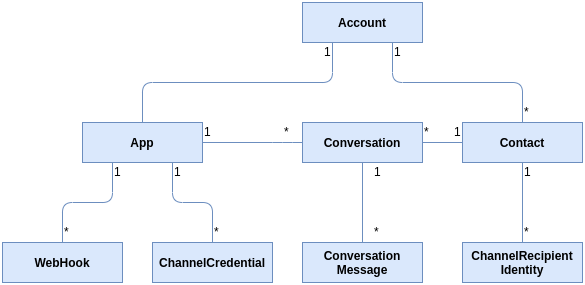
Above: docs/conversation/images/convapi-er-diagram.png in vvscode/docs (draw.io), before the change. Source tidied: cells renumbered, new cells last; positions are measured from the earlier drawing's top-left corner, leaving out a move shared by most shapes. Source of this version:
```xml
<mxGraphModel>
  <root>
    <mxCell id="0" />
    <mxCell id="1" parent="0" />
    <mxCell id="2" value="App" style="rounded=0;whiteSpace=wrap;html=1;fontStyle=1;fillColor=#dae8fc;strokeColor=#6c8ebf;" parent="1" vertex="1">
      <mxGeometry x="80" y="120" width="120" height="40" as="geometry" />
    </mxCell>
    <mxCell id="3" value="Contact" style="rounded=0;whiteSpace=wrap;html=1;fontStyle=1;fillColor=#dae8fc;strokeColor=#6c8ebf;" parent="1" vertex="1">
      <mxGeometry x="460" y="120" width="120" height="40" as="geometry" />
    </mxCell>
    <mxCell id="4" value="ChannelCredential" style="rounded=0;whiteSpace=wrap;html=1;fontStyle=1;fillColor=#dae8fc;strokeColor=#6c8ebf;" parent="1" vertex="1">
      <mxGeometry x="150" y="240" width="120" height="40" as="geometry" />
    </mxCell>
    <mxCell id="5" style="endArrow=none;html=1;entryX=0.25;entryY=1;entryDx=0;entryDy=0;exitX=0.5;exitY=0;exitDx=0;exitDy=0;fillColor=#dae8fc;strokeColor=#6c8ebf;" parent="1" edge="1" source="2">
      <mxGeometry relative="1" as="geometry">
        <mxPoint x="330" y="40" as="targetPoint" />
        <Array as="points">
          <mxPoint x="140" y="80" />
          <mxPoint x="330" y="80" />
        </Array>
      </mxGeometry>
    </mxCell>
    <mxCell id="6" value="1" style="text;html=1;align=left;verticalAlign=top;spacingTop=-4;" parent="1" vertex="1">
      <mxGeometry x="320" y="40" width="20" height="20" as="geometry" />
    </mxCell>
    <mxCell id="7" style="endArrow=none;html=1;entryX=0.5;entryY=0;entryDx=0;entryDy=0;exitX=0.75;exitY=1;exitDx=0;exitDy=0;fillColor=#dae8fc;strokeColor=#6c8ebf;" parent="1" edge="1" target="3">
      <mxGeometry relative="1" as="geometry">
        <mxPoint x="390" y="40" as="sourcePoint" />
        <Array as="points">
          <mxPoint x="390" y="80" />
          <mxPoint x="520" y="80" />
        </Array>
      </mxGeometry>
    </mxCell>
    <mxCell id="8" value="1" style="text;html=1;align=left;verticalAlign=top;spacingTop=-4;" parent="1" vertex="1">
      <mxGeometry x="390" y="40" width="20" height="20" as="geometry" />
    </mxCell>
    <mxCell id="9" value="*" style="text;html=1;align=left;verticalAlign=top;spacingTop=-4;" parent="1" vertex="1">
      <mxGeometry x="520" y="100" width="20" height="20" as="geometry" />
    </mxCell>
    <mxCell id="10" value="*" style="text;html=1;align=left;verticalAlign=top;spacingTop=-4;" parent="1" vertex="1">
      <mxGeometry x="210" y="220" width="20" height="20" as="geometry" />
    </mxCell>
    <mxCell id="11" value="1" style="text;html=1;align=left;verticalAlign=top;spacingTop=-4;" parent="1" vertex="1">
      <mxGeometry x="110" y="160" width="20" height="20" as="geometry" />
    </mxCell>
    <mxCell id="12" value="ChannelRecipient&lt;br&gt;Identity" style="rounded=0;whiteSpace=wrap;html=1;fontStyle=1;fillColor=#dae8fc;strokeColor=#6c8ebf;" parent="1" vertex="1">
      <mxGeometry x="460" y="240" width="120" height="40" as="geometry" />
    </mxCell>
    <mxCell id="13" style="endArrow=none;html=1;entryX=0.5;entryY=1;entryDx=0;entryDy=0;exitX=0.5;exitY=0;exitDx=0;exitDy=0;fillColor=#dae8fc;strokeColor=#6c8ebf;" parent="1" edge="1" source="12" target="3">
      <mxGeometry relative="1" as="geometry" />
    </mxCell>
    <mxCell id="14" value="1" style="text;html=1;align=left;verticalAlign=top;spacingTop=-4;" parent="1" vertex="1">
      <mxGeometry x="520" y="160" width="20" height="20" as="geometry" />
    </mxCell>
    <mxCell id="15" value="*" style="text;html=1;align=left;verticalAlign=top;spacingTop=-4;" parent="1" vertex="1">
      <mxGeometry x="520" y="220" width="20" height="20" as="geometry" />
    </mxCell>
    <mxCell id="16" style="edgeStyle=orthogonalEdgeStyle;rounded=0;jettySize=auto;html=1;endArrow=none;endFill=0;entryX=0;entryY=0.5;entryDx=0;entryDy=0;fillColor=#dae8fc;strokeColor=#6c8ebf;" parent="1" edge="1" source="17" target="3">
      <mxGeometry relative="1" as="geometry" />
    </mxCell>
    <mxCell id="17" value="Conversation" style="rounded=0;whiteSpace=wrap;html=1;fontStyle=1;fillColor=#dae8fc;strokeColor=#6c8ebf;" parent="1" vertex="1">
      <mxGeometry x="300" y="120" width="120" height="40" as="geometry" />
    </mxCell>
    <mxCell id="18" value="1" style="text;html=1;align=left;verticalAlign=top;spacingTop=-4;" parent="1" vertex="1">
      <mxGeometry x="200" y="120" width="20" height="20" as="geometry" />
    </mxCell>
    <mxCell id="19" value="1" style="text;html=1;align=left;verticalAlign=top;spacingTop=-4;" parent="1" vertex="1">
      <mxGeometry x="370" y="160" width="20" height="20" as="geometry" />
    </mxCell>
    <mxCell id="20" value="1" style="text;html=1;align=left;verticalAlign=top;spacingTop=-4;" parent="1" vertex="1">
      <mxGeometry x="450" y="120" width="20" height="20" as="geometry" />
    </mxCell>
    <mxCell id="21" value="*" style="text;html=1;align=left;verticalAlign=top;spacingTop=-4;" parent="1" vertex="1">
      <mxGeometry x="420" y="120" width="20" height="20" as="geometry" />
    </mxCell>
    <mxCell id="22" value="Conversation&lt;br&gt;Message" style="rounded=0;whiteSpace=wrap;html=1;fontStyle=1;fillColor=#dae8fc;strokeColor=#6c8ebf;" parent="1" vertex="1">
      <mxGeometry x="300" y="240" width="120" height="40" as="geometry" />
    </mxCell>
    <mxCell id="23" style="endArrow=none;html=1;exitX=0.5;exitY=0;exitDx=0;exitDy=0;fillColor=#dae8fc;strokeColor=#6c8ebf;" parent="1" edge="1" source="22">
      <mxGeometry relative="1" as="geometry">
        <mxPoint x="360" y="160" as="targetPoint" />
      </mxGeometry>
    </mxCell>
    <mxCell id="24" value="*" style="text;html=1;align=left;verticalAlign=top;spacingTop=-4;" parent="1" vertex="1">
      <mxGeometry x="280" y="120" width="20" height="20" as="geometry" />
    </mxCell>
    <mxCell id="25" style="endArrow=none;html=1;entryX=0;entryY=0.5;entryDx=0;entryDy=0;exitX=1;exitY=0.5;exitDx=0;exitDy=0;fillColor=#dae8fc;strokeColor=#6c8ebf;" parent="1" edge="1" source="2" target="17">
      <mxGeometry relative="1" as="geometry">
        <Array as="points">
          <mxPoint x="280" y="140" />
        </Array>
      </mxGeometry>
    </mxCell>
    <mxCell id="26" value="*" style="text;html=1;align=left;verticalAlign=top;spacingTop=-4;direction=south;" parent="1" vertex="1">
      <mxGeometry x="370" y="220" width="20" height="20" as="geometry" />
    </mxCell>
    <mxCell id="27" value="Account" style="rounded=0;whiteSpace=wrap;html=1;fontStyle=1;fillColor=#dae8fc;strokeColor=#6c8ebf;" parent="1" vertex="1">
      <mxGeometry x="300" width="120" height="40" as="geometry" />
    </mxCell>
    <mxCell id="28" value="WebHook" style="rounded=0;whiteSpace=wrap;html=1;fontStyle=1;fillColor=#dae8fc;strokeColor=#6c8ebf;" parent="1" vertex="1">
      <mxGeometry y="240" width="120" height="40" as="geometry" />
    </mxCell>
    <mxCell id="29" style="endArrow=none;html=1;entryX=0.25;entryY=1;entryDx=0;entryDy=0;exitX=0.5;exitY=0;exitDx=0;exitDy=0;fillColor=#dae8fc;strokeColor=#6c8ebf;" parent="1" edge="1" source="28" target="2">
      <mxGeometry relative="1" as="geometry">
        <Array as="points">
          <mxPoint x="60" y="200" />
          <mxPoint x="110" y="200" />
        </Array>
      </mxGeometry>
    </mxCell>
    <mxCell id="30" value="*" style="text;html=1;align=left;verticalAlign=top;spacingTop=-4;" parent="1" vertex="1">
      <mxGeometry x="60" y="220" width="20" height="20" as="geometry" />
    </mxCell>
    <mxCell id="31" style="endArrow=none;html=1;entryX=0.75;entryY=1;entryDx=0;entryDy=0;exitX=0.5;exitY=0;exitDx=0;exitDy=0;fillColor=#dae8fc;strokeColor=#6c8ebf;" parent="1" edge="1" source="4" target="2">
      <mxGeometry relative="1" as="geometry">
        <Array as="points">
          <mxPoint x="210" y="200" />
          <mxPoint x="170" y="200" />
        </Array>
      </mxGeometry>
    </mxCell>
    <mxCell id="32" value="1" style="text;html=1;align=left;verticalAlign=top;spacingTop=-4;" parent="1" vertex="1">
      <mxGeometry x="170" y="160" width="20" height="20" as="geometry" />
    </mxCell>
  </root>
</mxGraphModel>
```
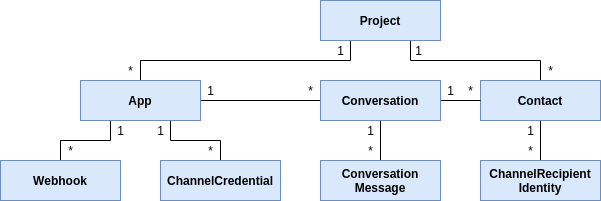
The same diagram one commit later.

Commit message:
update the convapi er diag

What changed in the source:
```diff
@@ -2,126 +2,101 @@
   <root>
     <mxCell id="0" />
     <mxCell id="1" parent="0" />
+    <mxCell id="33" style="edgeStyle=orthogonalEdgeStyle;rounded=0;jettySize=auto;html=1;exitX=0.25;exitY=1;exitDx=0;exitDy=0;entryX=0.5;entryY=0;entryDx=0;entryDy=0;endArrow=none;endFill=0;" parent="1" edge="1" source="35" target="2">
+      <mxGeometry relative="1" as="geometry" />
+    </mxCell>
+    <mxCell id="34" style="edgeStyle=orthogonalEdgeStyle;rounded=0;jettySize=auto;html=1;exitX=0.75;exitY=1;exitDx=0;exitDy=0;entryX=0.5;entryY=0;entryDx=0;entryDy=0;endArrow=none;endFill=0;" parent="1" edge="1" source="35" target="3">
+      <mxGeometry relative="1" as="geometry" />
+    </mxCell>
+    <mxCell id="35" value="Project" style="rounded=0;whiteSpace=wrap;html=1;fillColor=#dae8fc;strokeColor=#6c8ebf;fontStyle=1;" parent="1" vertex="1">
+      <mxGeometry x="460" y="380" width="120" height="40" as="geometry" />
+    </mxCell>
+    <mxCell id="25" style="edgeStyle=orthogonalEdgeStyle;rounded=0;jettySize=auto;html=1;exitX=1;exitY=0.5;exitDx=0;exitDy=0;entryX=0;entryY=0.5;entryDx=0;entryDy=0;endArrow=none;endFill=0;" parent="1" edge="1" source="2" target="17">
+      <mxGeometry relative="1" as="geometry" />
+    </mxCell>
+    <mxCell id="36" style="edgeStyle=orthogonalEdgeStyle;rounded=0;jettySize=auto;html=1;exitX=0.25;exitY=1;exitDx=0;exitDy=0;entryX=0.5;entryY=0;entryDx=0;entryDy=0;endArrow=none;endFill=0;" parent="1" edge="1" source="2" target="40">
+      <mxGeometry relative="1" as="geometry" />
+    </mxCell>
+    <mxCell id="37" style="edgeStyle=orthogonalEdgeStyle;rounded=0;jettySize=auto;html=1;exitX=0.75;exitY=1;exitDx=0;exitDy=0;entryX=0.5;entryY=0;entryDx=0;entryDy=0;endArrow=none;endFill=0;" parent="1" edge="1" source="2" target="4">
+      <mxGeometry relative="1" as="geometry" />
+    </mxCell>
-    <mxCell id="2" value="App" style="rounded=0;whiteSpace=wrap;html=1;fontStyle=1;fillColor=#dae8fc;strokeColor=#6c8ebf;" parent="1" vertex="1">
-      <mxGeometry x="80" y="120" width="120" height="40" as="geometry" />
+    <mxCell id="2" value="App" style="rounded=0;whiteSpace=wrap;html=1;fillColor=#dae8fc;strokeColor=#6c8ebf;fontStyle=1;" parent="1" vertex="1">
+      <mxGeometry x="220" y="460" width="120" height="40" as="geometry" />
     </mxCell>
+    <mxCell id="38" style="edgeStyle=orthogonalEdgeStyle;rounded=0;jettySize=auto;html=1;exitX=0.5;exitY=1;exitDx=0;exitDy=0;entryX=0.5;entryY=0;entryDx=0;entryDy=0;endArrow=none;endFill=0;" parent="1" edge="1" source="3" target="12">
+      <mxGeometry relative="1" as="geometry" />
+    </mxCell>
-    <mxCell id="3" value="Contact" style="rounded=0;whiteSpace=wrap;html=1;fontStyle=1;fillColor=#dae8fc;strokeColor=#6c8ebf;" parent="1" vertex="1">
-      <mxGeometry x="460" y="120" width="120" height="40" as="geometry" />
+    <mxCell id="3" value="Contact" style="rounded=0;whiteSpace=wrap;html=1;fillColor=#dae8fc;strokeColor=#6c8ebf;fontStyle=1;" parent="1" vertex="1">
+      <mxGeometry x="620" y="460" width="120" height="40" as="geometry" />
     </mxCell>
+    <mxCell id="16" style="edgeStyle=orthogonalEdgeStyle;rounded=0;jettySize=auto;html=1;exitX=1;exitY=0.5;exitDx=0;exitDy=0;entryX=0;entryY=0.5;entryDx=0;entryDy=0;endArrow=none;endFill=0;" parent="1" edge="1" source="17" target="3">
+      <mxGeometry relative="1" as="geometry" />
+    </mxCell>
+    <mxCell id="39" style="edgeStyle=orthogonalEdgeStyle;rounded=0;jettySize=auto;html=1;exitX=0.5;exitY=1;exitDx=0;exitDy=0;entryX=0.5;entryY=0;entryDx=0;entryDy=0;endArrow=none;endFill=0;" parent="1" edge="1" source="17" target="22">
+      <mxGeometry relative="1" as="geometry" />
+    </mxCell>
+    <mxCell id="17" value="Conversation" style="rounded=0;whiteSpace=wrap;html=1;fillColor=#dae8fc;strokeColor=#6c8ebf;fontStyle=1;" parent="1" vertex="1">
+      <mxGeometry x="460" y="460" width="120" height="40" as="geometry" />
+    </mxCell>
+    <mxCell id="40" value="Webhook" style="rounded=0;whiteSpace=wrap;html=1;fillColor=#dae8fc;strokeColor=#6c8ebf;fontStyle=1;" parent="1" vertex="1">
+      <mxGeometry x="140" y="540" width="120" height="40" as="geometry" />
+    </mxCell>
-    <mxCell id="4" value="ChannelCredential" style="rounded=0;whiteSpace=wrap;html=1;fontStyle=1;fillColor=#dae8fc;strokeColor=#6c8ebf;" parent="1" vertex="1">
-      <mxGeometry x="150" y="240" width="120" height="40" as="geometry" />
+    <mxCell id="4" value="ChannelCredential" style="rounded=0;whiteSpace=wrap;html=1;fillColor=#dae8fc;strokeColor=#6c8ebf;fontStyle=1;" parent="1" vertex="1">
+      <mxGeometry x="300" y="540" width="120" height="40" as="geometry" />
     </mxCell>
-    <mxCell id="5" style="endArrow=none;html=1;entryX=0.25;entryY=1;entryDx=0;entryDy=0;exitX=0.5;exitY=0;exitDx=0;exitDy=0;fillColor=#dae8fc;strokeColor=#6c8ebf;" parent="1" edge="1" source="2">
-      <mxGeometry relative="1" as="geometry">
-        <mxPoint x="330" y="40" as="targetPoint" />
-        <Array as="points">
-          <mxPoint x="140" y="80" />
-          <mxPoint x="330" y="80" />
-        </Array>
-      </mxGeometry>
-    </mxCell>
-    <mxCell id="6" value="1" style="text;html=1;align=left;verticalAlign=top;spacingTop=-4;" parent="1" vertex="1">
-      <mxGeometry x="320" y="40" width="20" height="20" as="geometry" />
-    </mxCell>
-    <mxCell id="7" style="endArrow=none;html=1;entryX=0.5;entryY=0;entryDx=0;entryDy=0;exitX=0.75;exitY=1;exitDx=0;exitDy=0;fillColor=#dae8fc;strokeColor=#6c8ebf;" parent="1" edge="1" target="3">
-      <mxGeometry relative="1" as="geometry">
-        <mxPoint x="390" y="40" as="sourcePoint" />
-        <Array as="points">
-          <mxPoint x="390" y="80" />
-          <mxPoint x="520" y="80" />
-        </Array>
-      </mxGeometry>
-    </mxCell>
-    <mxCell id="8" value="1" style="text;html=1;align=left;verticalAlign=top;spacingTop=-4;" parent="1" vertex="1">
-      <mxGeometry x="390" y="40" width="20" height="20" as="geometry" />
-    </mxCell>
-    <mxCell id="9" value="*" style="text;html=1;align=left;verticalAlign=top;spacingTop=-4;" parent="1" vertex="1">
-      <mxGeometry x="520" y="100" width="20" height="20" as="geometry" />
-    </mxCell>
-    <mxCell id="10" value="*" style="text;html=1;align=left;verticalAlign=top;spacingTop=-4;" parent="1" vertex="1">
-      <mxGeometry x="210" y="220" width="20" height="20" as="geometry" />
-    </mxCell>
-    <mxCell id="11" value="1" style="text;html=1;align=left;verticalAlign=top;spacingTop=-4;" parent="1" vertex="1">
-      <mxGeometry x="110" y="160" width="20" height="20" as="geometry" />
-    </mxCell>
+    <mxCell id="22" value="Conversation Message" style="rounded=0;whiteSpace=wrap;html=1;fillColor=#dae8fc;strokeColor=#6c8ebf;fontStyle=1;" parent="1" vertex="1">
+      <mxGeometry x="460" y="540" width="120" height="40" as="geometry" />
+    </mxCell>
-    <mxCell id="12" value="ChannelRecipient&lt;br&gt;Identity" style="rounded=0;whiteSpace=wrap;html=1;fontStyle=1;fillColor=#dae8fc;strokeColor=#6c8ebf;" parent="1" vertex="1">
-      <mxGeometry x="460" y="240" width="120" height="40" as="geometry" />
+    <mxCell id="12" value="ChannelRecipient&lt;br&gt;Identity" style="rounded=0;whiteSpace=wrap;html=1;fillColor=#dae8fc;strokeColor=#6c8ebf;fontStyle=1;" parent="1" vertex="1">
+      <mxGeometry x="620" y="540" width="120" height="40" as="geometry" />
     </mxCell>
-    <mxCell id="13" style="endArrow=none;html=1;entryX=0.5;entryY=1;entryDx=0;entryDy=0;exitX=0.5;exitY=0;exitDx=0;exitDy=0;fillColor=#dae8fc;strokeColor=#6c8ebf;" parent="1" edge="1" source="12" target="3">
-      <mxGeometry relative="1" as="geometry" />
-    </mxCell>
-    <mxCell id="14" value="1" style="text;html=1;align=left;verticalAlign=top;spacingTop=-4;" parent="1" vertex="1">
-      <mxGeometry x="520" y="160" width="20" height="20" as="geometry" />
-    </mxCell>
-    <mxCell id="15" value="*" style="text;html=1;align=left;verticalAlign=top;spacingTop=-4;" parent="1" vertex="1">
-      <mxGeometry x="520" y="220" width="20" height="20" as="geometry" />
-    </mxCell>
-    <mxCell id="16" style="edgeStyle=orthogonalEdgeStyle;rounded=0;jettySize=auto;html=1;endArrow=none;endFill=0;entryX=0;entryY=0.5;entryDx=0;entryDy=0;fillColor=#dae8fc;strokeColor=#6c8ebf;" parent="1" edge="1" source="17" target="3">
-      <mxGeometry relative="1" as="geometry" />
-    </mxCell>
-    <mxCell id="17" value="Conversation" style="rounded=0;whiteSpace=wrap;html=1;fontStyle=1;fillColor=#dae8fc;strokeColor=#6c8ebf;" parent="1" vertex="1">
-      <mxGeometry x="300" y="120" width="120" height="40" as="geometry" />
-    </mxCell>
-    <mxCell id="18" value="1" style="text;html=1;align=left;verticalAlign=top;spacingTop=-4;" parent="1" vertex="1">
-      <mxGeometry x="200" y="120" width="20" height="20" as="geometry" />
-    </mxCell>
-    <mxCell id="19" value="1" style="text;html=1;align=left;verticalAlign=top;spacingTop=-4;" parent="1" vertex="1">
-      <mxGeometry x="370" y="160" width="20" height="20" as="geometry" />
-    </mxCell>
-    <mxCell id="20" value="1" style="text;html=1;align=left;verticalAlign=top;spacingTop=-4;" parent="1" vertex="1">
-      <mxGeometry x="450" y="120" width="20" height="20" as="geometry" />
-    </mxCell>
-    <mxCell id="21" value="*" style="text;html=1;align=left;verticalAlign=top;spacingTop=-4;" parent="1" vertex="1">
-      <mxGeometry x="420" y="120" width="20" height="20" as="geometry" />
-    </mxCell>
-    <mxCell id="22" value="Conversation&lt;br&gt;Message" style="rounded=0;whiteSpace=wrap;html=1;fontStyle=1;fillColor=#dae8fc;strokeColor=#6c8ebf;" parent="1" vertex="1">
-      <mxGeometry x="300" y="240" width="120" height="40" as="geometry" />
-    </mxCell>
-    <mxCell id="23" style="endArrow=none;html=1;exitX=0.5;exitY=0;exitDx=0;exitDy=0;fillColor=#dae8fc;strokeColor=#6c8ebf;" parent="1" edge="1" source="22">
-      <mxGeometry relative="1" as="geometry">
-        <mxPoint x="360" y="160" as="targetPoint" />
-      </mxGeometry>
-    </mxCell>
-    <mxCell id="24" value="*" style="text;html=1;align=left;verticalAlign=top;spacingTop=-4;" parent="1" vertex="1">
-      <mxGeometry x="280" y="120" width="20" height="20" as="geometry" />
-    </mxCell>
-    <mxCell id="25" style="endArrow=none;html=1;entryX=0;entryY=0.5;entryDx=0;entryDy=0;exitX=1;exitY=0.5;exitDx=0;exitDy=0;fillColor=#dae8fc;strokeColor=#6c8ebf;" parent="1" edge="1" source="2" target="17">
-      <mxGeometry relative="1" as="geometry">
-        <Array as="points">
-          <mxPoint x="280" y="140" />
-        </Array>
-      </mxGeometry>
-    </mxCell>
-    <mxCell id="26" value="*" style="text;html=1;align=left;verticalAlign=top;spacingTop=-4;direction=south;" parent="1" vertex="1">
-      <mxGeometry x="370" y="220" width="20" height="20" as="geometry" />
-    </mxCell>
-    <mxCell id="27" value="Account" style="rounded=0;whiteSpace=wrap;html=1;fontStyle=1;fillColor=#dae8fc;strokeColor=#6c8ebf;" parent="1" vertex="1">
-      <mxGeometry x="300" width="120" height="40" as="geometry" />
-    </mxCell>
-    <mxCell id="28" value="WebHook" style="rounded=0;whiteSpace=wrap;html=1;fontStyle=1;fillColor=#dae8fc;strokeColor=#6c8ebf;" parent="1" vertex="1">
-      <mxGeometry y="240" width="120" height="40" as="geometry" />
-    </mxCell>
-    <mxCell id="29" style="endArrow=none;html=1;entryX=0.25;entryY=1;entryDx=0;entryDy=0;exitX=0.5;exitY=0;exitDx=0;exitDy=0;fillColor=#dae8fc;strokeColor=#6c8ebf;" parent="1" edge="1" source="28" target="2">
-      <mxGeometry relative="1" as="geometry">
-        <Array as="points">
-          <mxPoint x="60" y="200" />
-          <mxPoint x="110" y="200" />
-        </Array>
-      </mxGeometry>
-    </mxCell>
-    <mxCell id="30" value="*" style="text;html=1;align=left;verticalAlign=top;spacingTop=-4;" parent="1" vertex="1">
-      <mxGeometry x="60" y="220" width="20" height="20" as="geometry" />
-    </mxCell>
-    <mxCell id="31" style="endArrow=none;html=1;entryX=0.75;entryY=1;entryDx=0;entryDy=0;exitX=0.5;exitY=0;exitDx=0;exitDy=0;fillColor=#dae8fc;strokeColor=#6c8ebf;" parent="1" edge="1" source="4" target="2">
-      <mxGeometry relative="1" as="geometry">
-        <Array as="points">
-          <mxPoint x="210" y="200" />
-          <mxPoint x="170" y="200" />
-        </Array>
-      </mxGeometry>
-    </mxCell>
-    <mxCell id="32" value="1" style="text;html=1;align=left;verticalAlign=top;spacingTop=-4;" parent="1" vertex="1">
-      <mxGeometry x="170" y="160" width="20" height="20" as="geometry" />
-    </mxCell>
+    <mxCell id="41" value="1" style="text;html=1;align=center;verticalAlign=middle;" parent="1" vertex="1">
+      <mxGeometry x="470" y="420" width="20" height="20" as="geometry" />
+    </mxCell>
+    <mxCell id="42" value="1" style="text;html=1;align=center;verticalAlign=middle;" parent="1" vertex="1">
+      <mxGeometry x="548" y="420" width="20" height="20" as="geometry" />
+    </mxCell>
+    <mxCell id="43" value="*" style="text;html=1;align=center;verticalAlign=middle;" parent="1" vertex="1">
+      <mxGeometry x="680" y="440" width="20" height="20" as="geometry" />
+    </mxCell>
+    <mxCell id="44" value="*" style="text;html=1;align=center;verticalAlign=middle;" parent="1" vertex="1">
+      <mxGeometry x="260" y="440" width="20" height="20" as="geometry" />
+    </mxCell>
+    <mxCell id="45" value="1" style="text;html=1;align=center;verticalAlign=middle;" parent="1" vertex="1">
+      <mxGeometry x="250" y="500" width="20" height="20" as="geometry" />
+    </mxCell>
+    <mxCell id="46" value="1" style="text;html=1;align=center;verticalAlign=middle;" parent="1" vertex="1">
+      <mxGeometry x="290" y="500" width="20" height="20" as="geometry" />
+    </mxCell>
+    <mxCell id="47" value="*" style="text;html=1;align=center;verticalAlign=middle;" parent="1" vertex="1">
+      <mxGeometry x="200" y="520" width="20" height="20" as="geometry" />
+    </mxCell>
+    <mxCell id="48" value="*" style="text;html=1;align=center;verticalAlign=middle;" parent="1" vertex="1">
+      <mxGeometry x="340" y="520" width="20" height="20" as="geometry" />
+    </mxCell>
+    <mxCell id="49" value="1" style="text;html=1;align=center;verticalAlign=middle;" parent="1" vertex="1">
+      <mxGeometry x="340" y="460" width="20" height="20" as="geometry" />
+    </mxCell>
+    <mxCell id="50" value="*" style="text;html=1;align=center;verticalAlign=middle;" parent="1" vertex="1">
+      <mxGeometry x="440" y="460" width="20" height="20" as="geometry" />
+    </mxCell>
+    <mxCell id="51" value="1" style="text;html=1;align=center;verticalAlign=middle;" parent="1" vertex="1">
+      <mxGeometry x="580" y="460" width="20" height="20" as="geometry" />
+    </mxCell>
+    <mxCell id="52" value="*" style="text;html=1;align=center;verticalAlign=middle;" parent="1" vertex="1">
+      <mxGeometry x="600" y="460" width="20" height="20" as="geometry" />
+    </mxCell>
+    <mxCell id="53" value="*" style="text;html=1;align=center;verticalAlign=middle;" parent="1" vertex="1">
+      <mxGeometry x="500" y="520" width="20" height="20" as="geometry" />
+    </mxCell>
+    <mxCell id="54" value="1" style="text;html=1;align=center;verticalAlign=middle;" parent="1" vertex="1">
+      <mxGeometry x="500" y="500" width="20" height="20" as="geometry" />
+    </mxCell>
+    <mxCell id="55" value="*" style="text;html=1;align=center;verticalAlign=middle;" parent="1" vertex="1">
+      <mxGeometry x="660" y="520" width="20" height="20" as="geometry" />
+    </mxCell>
+    <mxCell id="56" value="1" style="text;html=1;align=center;verticalAlign=middle;" parent="1" vertex="1">
+      <mxGeometry x="660" y="500" width="20" height="20" as="geometry" />
+    </mxCell>
   </root>
 </mxGraphModel>
```
